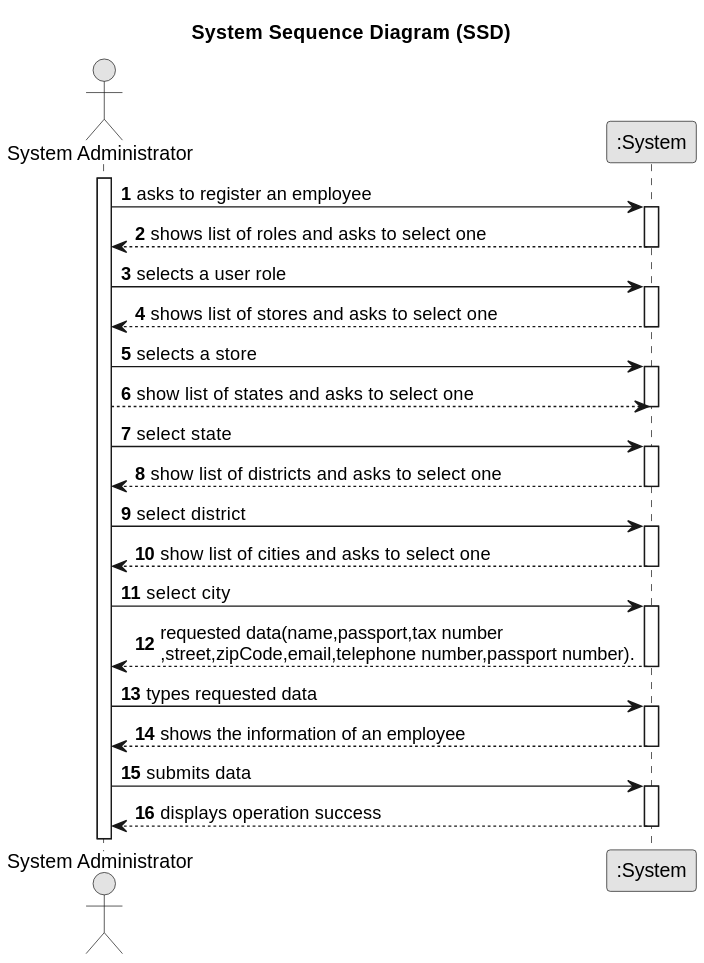
Above: docs/sprintB/US03/01.requirements-engineering/svg/us03-system-sequence-diagram.svg in PureNimble/ISEP-LAPR2 (PlantUML), before the change.
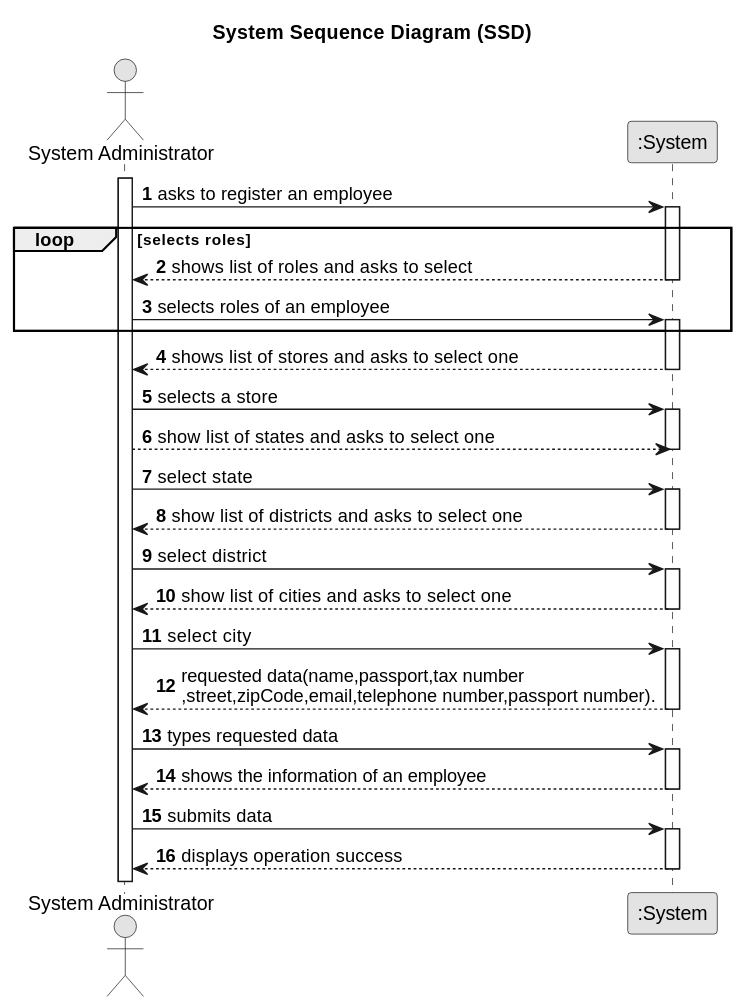
After the commit.

Change to the diagram source:
```diff
@@ -15,11 +15,15 @@
     Admin -> System : asks to register an employee
     activate System
 
-    System --> Admin : shows list of roles and asks to select one
-    deactivate System
+    loop selects roles
+     System --> Admin : shows list of roles and asks to select
+        deactivate System
 
-        Admin -> System : selects a user role
-        activate System
+            Admin -> System : selects roles of an employee
+            activate System
+    end
+
+
 
          System --> Admin : shows list of stores and asks to select one
             deactivate System
```
